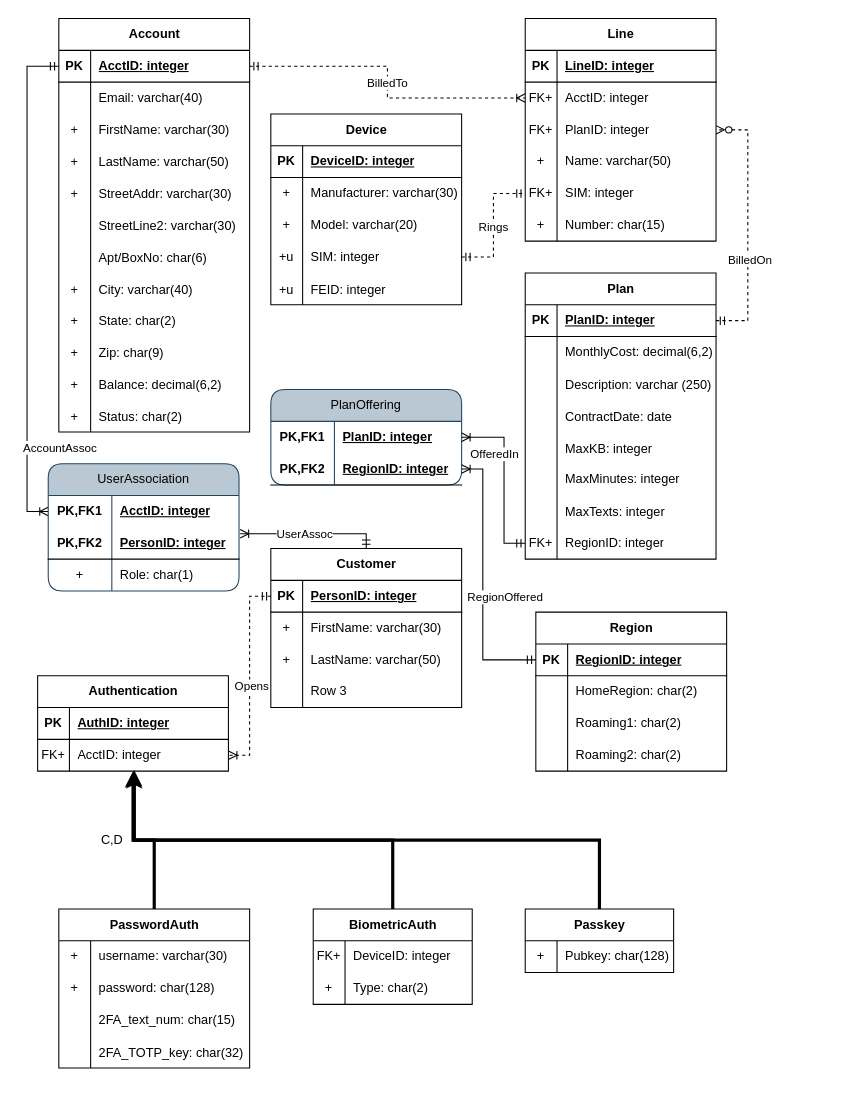
The draw.io diagram cellphone.drawio in phbrownacmorg/csc305fa25, before the edit. Source tidied: cells renumbered, new cells numbered last; positions are measured from the earlier drawing's top-left corner, leaving out a move shared by most shapes. Both pictures are drawn from the tidied source at 106%, with x=0, y=0 at pixel (26, 18).
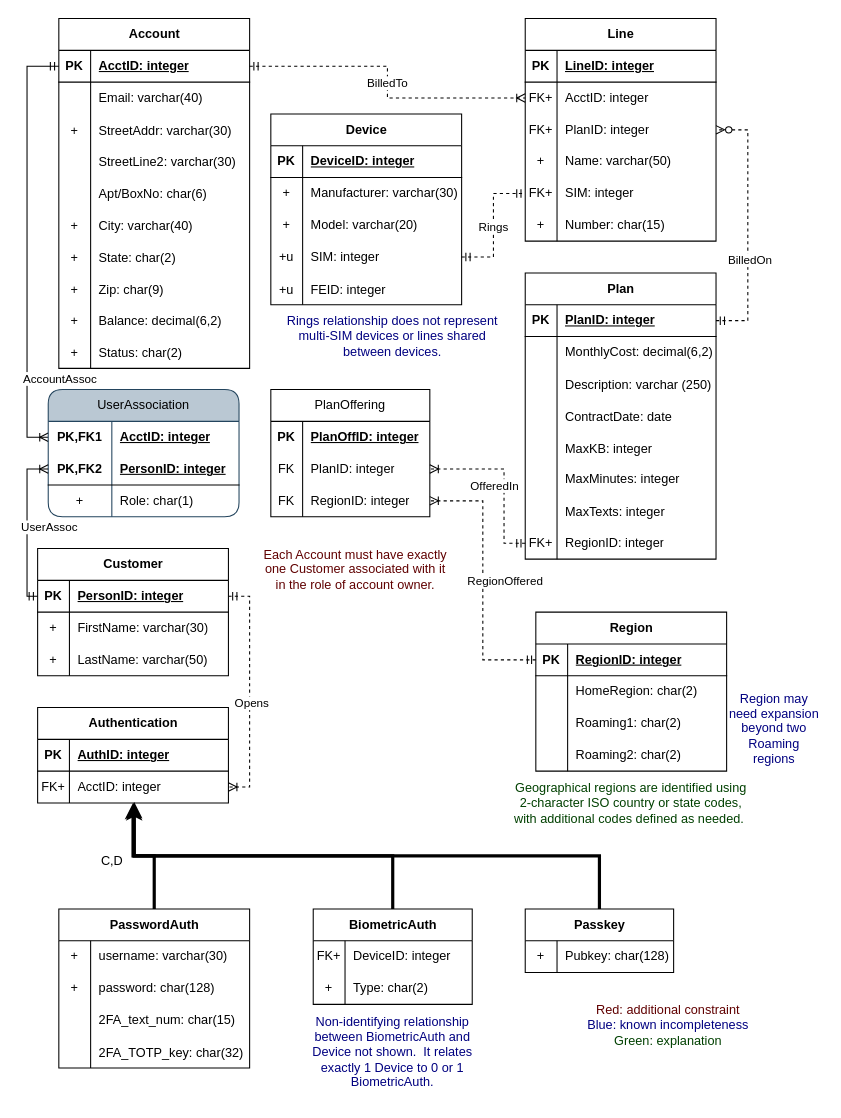
Above is the later version.

Commit message:
Weak entity to strong, text annotations

Unchanged cells that the change refers to:
```xml
<mxCell id="80" style="shape=tableRow;horizontal=0;startSize=0;swimlaneHead=0;swimlaneBody=0;fillColor=none;points=[[0,0.5],[1,0.5]];portConstraint=eastwest;top=0;left=0;right=0;bottom=0;" parent="58" vertex="1">
  <mxGeometry y="240" width="180" height="30" as="geometry" />
</mxCell>
<mxCell id="84" style="shape=tableRow;horizontal=0;startSize=0;swimlaneHead=0;swimlaneBody=0;fillColor=none;points=[[0,0.5],[1,0.5]];portConstraint=eastwest;top=0;left=0;right=0;bottom=1;" parent="83" vertex="1">
  <mxGeometry y="30" width="180" height="30" as="geometry" />
</mxCell>
<mxCell id="100" style="shape=tableRow;horizontal=0;startSize=0;swimlaneHead=0;swimlaneBody=0;fillColor=none;points=[[0,0.5],[1,0.5]];portConstraint=eastwest;top=0;left=0;right=0;bottom=0;" parent="96" vertex="1">
  <mxGeometry y="60" width="180" height="30" as="geometry" />
</mxCell>
<mxCell id="138" style="shape=tableRow;horizontal=0;startSize=0;swimlaneHead=0;swimlaneBody=0;fillColor=none;points=[[0,0.5],[1,0.5]];portConstraint=eastwest;top=0;left=0;right=0;bottom=1;" parent="137" vertex="1">
  <mxGeometry y="30" width="180" height="30" as="geometry" />
</mxCell>
<mxCell id="150" style="edgeStyle=elbowEdgeStyle;fontSize=12;html=1;endArrow=ERmandOne;startArrow=ERoneToMany;rounded=0;entryX=0;entryY=0.5;entryDx=0;entryDy=0;exitX=0;exitY=0.5;exitDx=0;exitDy=0;startFill=0;endFill=0;" parent="1" edge="1" source="153" target="3">
  <mxGeometry relative="1" as="geometry">
    <Array as="points">
      <mxPoint y="250" />
    </Array>
  </mxGeometry>
</mxCell>
<mxCell id="156" style="shape=tableRow;horizontal=0;startSize=0;swimlaneHead=0;swimlaneBody=0;fillColor=none;points=[[0,0.5],[1,0.5]];portConstraint=eastwest;top=0;left=0;right=0;bottom=1;html=1;" parent="152" vertex="1">
  <mxGeometry y="60" width="180" height="30" as="geometry" />
</mxCell>
```

What changed in the source:
```diff
@@
     <mxCell id="2" value="Account" style="shape=table;startSize=30;childLayout=tableLayout;rowLines=0;fontStyle=1;align=center;html=1;" parent="1" vertex="1">
-      <mxGeometry x="30" width="180" height="390" as="geometry" />
+      <mxGeometry x="30" width="180" height="330" as="geometry" />
     </mxCell>
@@
-    <mxCell id="9" style="shape=tableRow;horizontal=0;startSize=0;swimlaneHead=0;swimlaneBody=0;fillColor=none;top=0;left=0;right=0;bottom=0;" parent="2" vertex="1">
-      <mxGeometry y="90" width="180" height="30" as="geometry" />
-    </mxCell>
-    <mxCell id="10" value="+" style="shape=partialRectangle;fillColor=none;top=0;left=0;bottom=0;right=0;overflow=hidden;whiteSpace=wrap;html=1;" parent="9" vertex="1">
-      <mxGeometry width="30" height="30" as="geometry" />
-    </mxCell>
-    <mxCell id="11" value="FirstName: varchar(30)" style="shape=partialRectangle;fillColor=none;top=0;left=0;bottom=0;right=0;align=left;spacingLeft=6;overflow=hidden;whiteSpace=wrap;html=1;" parent="9" vertex="1">
-      <mxGeometry x="30" width="150" height="30" as="geometry" />
-    </mxCell>
-    <mxCell id="12" style="shape=tableRow;horizontal=0;startSize=0;swimlaneHead=0;swimlaneBody=0;fillColor=none;top=0;left=0;right=0;bottom=0;" parent="2" vertex="1">
-      <mxGeometry y="120" width="180" height="30" as="geometry" />
-    </mxCell>
-    <mxCell id="13" value="+" style="shape=partialRectangle;fillColor=none;top=0;left=0;bottom=0;right=0;overflow=hidden;" parent="12" vertex="1">
-      <mxGeometry width="30" height="30" as="geometry" />
-    </mxCell>
-    <mxCell id="14" value="LastName: varchar(50)" style="shape=partialRectangle;fillColor=none;top=0;left=0;bottom=0;right=0;align=left;spacingLeft=6;overflow=hidden;" parent="12" vertex="1">
-      <mxGeometry x="30" width="150" height="30" as="geometry" />
-    </mxCell>
     <mxCell id="15" style="shape=tableRow;horizontal=0;startSize=0;swimlaneHead=0;swimlaneBody=0;fillColor=none;top=0;left=0;right=0;bottom=0;" parent="2" vertex="1">
-      <mxGeometry y="150" width="180" height="30" as="geometry" />
+      <mxGeometry y="90" width="180" height="30" as="geometry" />
     </mxCell>
@@
     <mxCell id="18" style="shape=tableRow;horizontal=0;startSize=0;swimlaneHead=0;swimlaneBody=0;fillColor=none;top=0;left=0;right=0;bottom=0;" parent="2" vertex="1">
-      <mxGeometry y="180" width="180" height="30" as="geometry" />
+      <mxGeometry y="120" width="180" height="30" as="geometry" />
     </mxCell>
@@
     <mxCell id="21" style="shape=tableRow;horizontal=0;startSize=0;swimlaneHead=0;swimlaneBody=0;fillColor=none;top=0;left=0;right=0;bottom=0;" parent="2" vertex="1">
-      <mxGeometry y="210" width="180" height="30" as="geometry" />
+      <mxGeometry y="150" width="180" height="30" as="geometry" />
     </mxCell>
@@
     <mxCell id="24" style="shape=tableRow;horizontal=0;startSize=0;swimlaneHead=0;swimlaneBody=0;fillColor=none;top=0;left=0;right=0;bottom=0;" parent="2" vertex="1">
-      <mxGeometry y="240" width="180" height="30" as="geometry" />
+      <mxGeometry y="180" width="180" height="30" as="geometry" />
     </mxCell>
@@
     <mxCell id="27" style="shape=tableRow;horizontal=0;startSize=0;swimlaneHead=0;swimlaneBody=0;fillColor=none;top=0;left=0;right=0;bottom=0;" parent="2" vertex="1">
-      <mxGeometry y="270" width="180" height="30" as="geometry" />
+      <mxGeometry y="210" width="180" height="30" as="geometry" />
     </mxCell>
@@
     <mxCell id="30" style="shape=tableRow;horizontal=0;startSize=0;swimlaneHead=0;swimlaneBody=0;fillColor=none;top=0;left=0;right=0;bottom=0;" parent="2" vertex="1">
-      <mxGeometry y="300" width="180" height="30" as="geometry" />
+      <mxGeometry y="240" width="180" height="30" as="geometry" />
     </mxCell>
@@
     <mxCell id="33" style="shape=tableRow;horizontal=0;startSize=0;swimlaneHead=0;swimlaneBody=0;fillColor=none;top=0;left=0;right=0;bottom=0;" parent="2" vertex="1">
-      <mxGeometry y="330" width="180" height="30" as="geometry" />
+      <mxGeometry y="270" width="180" height="30" as="geometry" />
     </mxCell>
@@
     <mxCell id="36" style="shape=tableRow;horizontal=0;startSize=0;swimlaneHead=0;swimlaneBody=0;fillColor=none;top=0;left=0;right=0;bottom=0;" parent="2" vertex="1">
-      <mxGeometry y="360" width="180" height="30" as="geometry" />
+      <mxGeometry y="300" width="180" height="30" as="geometry" />
     </mxCell>
@@
     <mxCell id="96" value="Authentication" style="shape=table;startSize=30;childLayout=tableLayout;rowLines=0;fontStyle=1;align=center;html=1;" parent="1" vertex="1">
-      <mxGeometry x="10" y="620" width="180" height="90" as="geometry" />
+      <mxGeometry x="10" y="650" width="180" height="90" as="geometry" />
     </mxCell>
@@
     <mxCell id="134" value="C,D" style="text;html=1;align=center;verticalAlign=middle;strokeColor=none;fillColor=none;" parent="1" vertex="1">
-      <mxGeometry x="60" y="760" width="40" height="30" as="geometry" />
+      <mxGeometry x="60" y="780" width="40" height="30" as="geometry" />
     </mxCell>
-    <mxCell id="135" style="edgeStyle=elbowEdgeStyle;fontSize=12;html=1;endArrow=ERoneToMany;startArrow=ERmandOne;rounded=0;exitX=0;exitY=0.5;exitDx=0;exitDy=0;entryX=1;entryY=0.5;entryDx=0;entryDy=0;dashed=1;" parent="1" edge="1" source="138" target="100">
+    <mxCell id="135" style="edgeStyle=elbowEdgeStyle;fontSize=12;html=1;endArrow=ERoneToMany;startArrow=ERmandOne;rounded=0;exitX=1;exitY=0.5;exitDx=0;exitDy=0;entryX=1;entryY=0.5;entryDx=0;entryDy=0;dashed=1;" parent="1" edge="1" source="138" target="100">
       <mxGeometry relative="1" as="geometry">
         <Array as="points">
           <mxPoint x="210" y="640" />
         </Array>
       </mxGeometry>
     </mxCell>
@@
     <mxCell id="137" value="Customer" style="shape=table;startSize=30;childLayout=tableLayout;rowLines=0;fontStyle=1;align=center;html=1;" parent="1" vertex="1">
-      <mxGeometry x="230" y="500" width="180" height="150" as="geometry" />
+      <mxGeometry x="10" y="500" width="180" height="120" as="geometry" />
     </mxCell>
@@
-    <mxCell id="147" style="shape=tableRow;horizontal=0;startSize=0;swimlaneHead=0;swimlaneBody=0;fillColor=none;top=0;left=0;right=0;bottom=0;" parent="137" vertex="1">
-      <mxGeometry y="120" width="180" height="30" as="geometry" />
-    </mxCell>
-    <mxCell id="148" style="shape=partialRectangle;fillColor=none;top=0;left=0;bottom=0;right=0;overflow=hidden;whiteSpace=wrap;html=1;" parent="147" vertex="1">
-      <mxGeometry width="30" height="30" as="geometry" />
-    </mxCell>
-    <mxCell id="149" value="Row 3" style="shape=partialRectangle;fillColor=none;top=0;left=0;bottom=0;right=0;align=left;spacingLeft=6;overflow=hidden;whiteSpace=wrap;html=1;" parent="147" vertex="1">
-      <mxGeometry x="30" width="150" height="30" as="geometry" />
-    </mxCell>
@@
     <mxCell id="151" value="AccountAssoc" style="edgeLabel;html=1;align=center;verticalAlign=middle;" parent="150" vertex="1">
       <mxGeometry x="-0.66" relative="1" as="geometry">
-        <mxPoint x="30" y="-1" as="offset" />
+        <mxPoint x="30" y="-8" as="offset" />
       </mxGeometry>
     </mxCell>
     <mxCell id="152" value="UserAssociation" style="shape=table;startSize=30;childLayout=tableLayout;rowLines=0;fontStyle=0;align=center;html=1;whiteSpace=wrap;rounded=1;fillColor=#bac8d3;strokeColor=#23445d;" parent="1" vertex="1">
-      <mxGeometry x="20" y="420" width="180" height="120" as="geometry" />
+      <mxGeometry x="20" y="350" width="180" height="120" as="geometry" />
     </mxCell>
@@
-    <mxCell id="162" style="edgeStyle=orthogonalEdgeStyle;fontSize=12;html=1;endArrow=ERoneToMany;startArrow=ERmandOne;rounded=0;entryX=1.006;entryY=0.2;entryDx=0;entryDy=0;entryPerimeter=0;exitX=0.5;exitY=0;exitDx=0;exitDy=0;" parent="1" edge="1" source="137" target="156">
+    <mxCell id="162" style="edgeStyle=orthogonalEdgeStyle;fontSize=12;html=1;endArrow=ERoneToMany;startArrow=ERmandOne;rounded=0;entryX=0;entryY=0.5;entryDx=0;entryDy=0;exitX=0;exitY=0.5;exitDx=0;exitDy=0;" parent="1" edge="1" source="138" target="156">
       <mxGeometry relative="1" as="geometry" />
     </mxCell>
     <mxCell id="163" value="UserAssoc" style="edgeLabel;html=1;align=center;verticalAlign=middle;" parent="162" vertex="1">
-      <mxGeometry x="0.1" relative="1" as="geometry" />
+      <mxGeometry x="0.1" relative="1" as="geometry">
+        <mxPoint x="20" y="7" as="offset" />
+      </mxGeometry>
     </mxCell>
-    <mxCell id="164" value="PlanOffering" style="shape=table;startSize=30;childLayout=tableLayout;rowLines=0;fontStyle=0;align=center;html=1;whiteSpace=wrap;fillColor=#bac8d3;strokeColor=#23445d;rounded=1;" parent="1" vertex="1">
-      <mxGeometry x="230" y="350" width="180" height="90" as="geometry" />
+    <mxCell id="164" value="PlanOffering" style="shape=table;startSize=30;childLayout=tableLayout;rowLines=0;fontStyle=0;align=center;html=1;whiteSpace=wrap;rounded=0;" parent="1" vertex="1">
+      <mxGeometry x="230" y="350" width="150" height="120" as="geometry" />
     </mxCell>
-    <mxCell id="165" style="shape=tableRow;horizontal=0;startSize=0;swimlaneHead=0;swimlaneBody=0;fillColor=none;points=[[0,0.5],[1,0.5]];portConstraint=eastwest;top=0;left=0;right=0;bottom=0;html=1;" parent="164" vertex="1">
-      <mxGeometry y="30" width="180" height="30" as="geometry" />
-    </mxCell>
-    <mxCell id="166" value="PK,FK1" style="shape=partialRectangle;fillColor=none;top=0;left=0;bottom=0;right=0;fontStyle=1;overflow=hidden;html=1;whiteSpace=wrap;" parent="165" vertex="1">
-      <mxGeometry width="60" height="30" as="geometry" />
-    </mxCell>
+    <mxCell id="193" style="shape=tableRow;horizontal=0;startSize=0;swimlaneHead=0;swimlaneBody=0;fillColor=none;top=0;left=0;right=0;bottom=0;perimeterSpacing=0;" parent="164" vertex="1">
+      <mxGeometry y="30" width="150" height="30" as="geometry" />
+    </mxCell>
+    <mxCell id="194" value="&lt;b&gt;PK&lt;/b&gt;" style="shape=partialRectangle;fillColor=none;top=0;left=0;bottom=0;right=0;fontStyle=0;overflow=hidden;whiteSpace=wrap;html=1;" parent="193" vertex="1">
+      <mxGeometry width="30" height="30" as="geometry" />
+    </mxCell>
+    <mxCell id="195" value="&lt;b&gt;&lt;u&gt;PlanOffID: integer&lt;/u&gt;&lt;/b&gt;" style="shape=partialRectangle;fillColor=none;top=0;left=0;bottom=0;right=0;align=left;spacingLeft=6;fontStyle=0;overflow=hidden;whiteSpace=wrap;html=1;" parent="193" vertex="1">
+      <mxGeometry x="30" width="120" height="30" as="geometry" />
+    </mxCell>
+    <mxCell id="196" style="shape=tableRow;horizontal=0;startSize=0;swimlaneHead=0;swimlaneBody=0;fillColor=none;points=[[0,0.5],[1,0.5]];portConstraint=eastwest;top=0;left=0;right=0;bottom=0;" parent="164" vertex="1">
+      <mxGeometry y="60" width="150" height="30" as="geometry" />
+    </mxCell>
+    <mxCell id="197" value="FK" style="shape=partialRectangle;fillColor=none;top=0;left=0;bottom=0;right=0;fontStyle=0;overflow=hidden;whiteSpace=wrap;html=1;" parent="196" vertex="1">
+      <mxGeometry width="30" height="30" as="geometry" />
+    </mxCell>
-    <mxCell id="167" value="PlanID: integer" style="shape=partialRectangle;fillColor=none;top=0;left=0;bottom=0;right=0;align=left;spacingLeft=6;fontStyle=5;overflow=hidden;html=1;whiteSpace=wrap;" parent="165" vertex="1">
-      <mxGeometry x="60" width="120" height="30" as="geometry" />
+    <mxCell id="167" value="PlanID: integer" style="shape=partialRectangle;fillColor=none;top=0;left=0;bottom=0;right=0;align=left;spacingLeft=6;fontStyle=0;overflow=hidden;whiteSpace=wrap;html=1;" parent="196" vertex="1">
+      <mxGeometry x="30" width="120" height="30" as="geometry" />
     </mxCell>
-    <mxCell id="168" style="shape=tableRow;horizontal=0;startSize=0;swimlaneHead=0;swimlaneBody=0;fillColor=none;points=[[0,0.5],[1,0.5]];portConstraint=eastwest;top=0;left=0;right=0;bottom=1;html=1;" parent="164" vertex="1">
-      <mxGeometry y="60" width="180" height="30" as="geometry" />
-    </mxCell>
-    <mxCell id="169" value="PK,FK2" style="shape=partialRectangle;fillColor=none;top=0;left=0;bottom=0;right=0;fontStyle=1;overflow=hidden;html=1;whiteSpace=wrap;" parent="168" vertex="1">
-      <mxGeometry width="60" height="30" as="geometry" />
-    </mxCell>
+    <mxCell id="198" style="shape=tableRow;horizontal=0;startSize=0;swimlaneHead=0;swimlaneBody=0;fillColor=none;points=[[0,0.5],[1,0.5]];portConstraint=eastwest;top=0;left=0;right=0;bottom=0;" parent="164" vertex="1">
+      <mxGeometry y="90" width="150" height="30" as="geometry" />
+    </mxCell>
+    <mxCell id="199" value="FK" style="shape=partialRectangle;fillColor=none;top=0;left=0;bottom=0;right=0;fontStyle=0;overflow=hidden;whiteSpace=wrap;html=1;" parent="198" vertex="1">
+      <mxGeometry width="30" height="30" as="geometry" />
+    </mxCell>
-    <mxCell id="170" value="RegionID: integer" style="shape=partialRectangle;fillColor=none;top=0;left=0;bottom=0;right=0;align=left;spacingLeft=6;fontStyle=5;overflow=hidden;html=1;whiteSpace=wrap;" parent="168" vertex="1">
-      <mxGeometry x="60" width="120" height="30" as="geometry" />
+    <mxCell id="170" value="RegionID: integer" style="shape=partialRectangle;fillColor=none;top=0;left=0;bottom=0;right=0;align=left;spacingLeft=6;fontStyle=0;overflow=hidden;whiteSpace=wrap;html=1;" parent="198" vertex="1">
+      <mxGeometry x="30" width="120" height="30" as="geometry" />
     </mxCell>
-    <mxCell id="171" style="edgeStyle=elbowEdgeStyle;fontSize=12;html=1;endArrow=ERoneToMany;startArrow=ERmandOne;rounded=0;exitX=0;exitY=0.5;exitDx=0;exitDy=0;entryX=1;entryY=0.5;entryDx=0;entryDy=0;" parent="1" edge="1" source="80" target="165">
+    <mxCell id="171" style="edgeStyle=elbowEdgeStyle;fontSize=12;html=1;endArrow=ERoneToMany;startArrow=ERmandOne;rounded=0;exitX=0;exitY=0.5;exitDx=0;exitDy=0;entryX=1;entryY=0.5;entryDx=0;entryDy=0;dashed=1;" parent="1" edge="1" source="80" target="196">
       <mxGeometry relative="1" as="geometry">
         <Array as="points">
           <mxPoint x="450" y="420" />
         </Array>
       </mxGeometry>
     </mxCell>
     <mxCell id="172" value="OfferedIn" style="edgeLabel;html=1;align=center;verticalAlign=middle;" parent="171" vertex="1">
       <mxGeometry x="0.49" y="-1" relative="1" as="geometry">
-        <mxPoint x="-11" y="14" as="offset" />
+        <mxPoint x="19" y="16" as="offset" />
       </mxGeometry>
     </mxCell>
-    <mxCell id="173" style="edgeStyle=elbowEdgeStyle;fontSize=12;html=1;endArrow=ERoneToMany;startArrow=ERmandOne;rounded=0;exitX=0;exitY=0.5;exitDx=0;exitDy=0;entryX=1;entryY=0.5;entryDx=0;entryDy=0;" parent="1" edge="1" source="84" target="168">
+    <mxCell id="173" style="edgeStyle=elbowEdgeStyle;fontSize=12;html=1;endArrow=ERoneToMany;startArrow=ERmandOne;rounded=0;exitX=0;exitY=0.5;exitDx=0;exitDy=0;entryX=1;entryY=0.5;entryDx=0;entryDy=0;dashed=1;" parent="1" edge="1" source="84" target="198">
       <mxGeometry relative="1" as="geometry">
         <Array as="points">
           <mxPoint x="430" y="490" />
         </Array>
       </mxGeometry>
     </mxCell>
     <mxCell id="174" value="RegionOffered" style="edgeLabel;html=1;align=center;verticalAlign=middle;" parent="173" vertex="1">
       <mxGeometry x="-0.33" relative="1" as="geometry">
-        <mxPoint x="20" y="-26" as="offset" />
+        <mxPoint x="20" y="-41" as="offset" />
       </mxGeometry>
     </mxCell>
@@
+    <mxCell id="200" value="&lt;font style=&quot;color: light-dark(rgb(0, 0, 128), rgb(237, 237, 237));&quot;&gt;Rings relationship does not represent multi-SIM devices or lines shared between devices.&lt;/font&gt;" style="text;html=1;align=center;verticalAlign=middle;whiteSpace=wrap;rounded=0;" parent="1" vertex="1">
+      <mxGeometry x="235" y="280" width="220" height="40" as="geometry" />
+    </mxCell>
+    <mxCell id="201" value="&lt;font style=&quot;color: light-dark(rgb(0, 0, 128), rgb(237, 237, 237));&quot;&gt;Region may need expansion beyond two Roaming regions&lt;/font&gt;" style="text;html=1;align=center;verticalAlign=middle;whiteSpace=wrap;rounded=0;" parent="1" vertex="1">
+      <mxGeometry x="660" y="630" width="90" height="80" as="geometry" />
+    </mxCell>
+    <mxCell id="202" value="&lt;font style=&quot;color: light-dark(rgb(0, 64, 0), rgb(237, 237, 237));&quot;&gt;Geographical regions are identified using 2-character ISO country or state codes, with additional codes defined as needed.&amp;nbsp;&lt;/font&gt;" style="text;html=1;align=center;verticalAlign=middle;whiteSpace=wrap;rounded=0;" parent="1" vertex="1">
+      <mxGeometry x="455" y="710" width="230" height="60" as="geometry" />
+    </mxCell>
+    <mxCell id="203" value="&lt;font style=&quot;color: rgb(0, 0, 128);&quot;&gt;Non-identifying relationship between BiometricAuth and Device not shown.&amp;nbsp; It relates exactly 1 Device to 0 or 1 BiometricAuth.&lt;/font&gt;" style="text;html=1;align=center;verticalAlign=middle;whiteSpace=wrap;rounded=0;" parent="1" vertex="1">
+      <mxGeometry x="260" y="930" width="170" height="90" as="geometry" />
+    </mxCell>
+    <mxCell id="204" value="&lt;font style=&quot;color: light-dark(rgb(96, 0, 0), rgb(237, 237, 237));&quot;&gt;Each Account must have exactly one Customer associated with it in the role of account owner.&lt;/font&gt;" style="text;html=1;align=center;verticalAlign=middle;whiteSpace=wrap;rounded=0;" parent="1" vertex="1">
+      <mxGeometry x="220" y="490" width="180" height="60" as="geometry" />
+    </mxCell>
+    <mxCell id="205" value="&lt;font style=&quot;color: light-dark(rgb(96, 0, 0), rgb(237, 237, 237));&quot;&gt;Red: additional constraint&lt;/font&gt;&lt;div&gt;&lt;font style=&quot;color: light-dark(rgb(0, 0, 128), rgb(237, 237, 237));&quot;&gt;Blue: known incompleteness&lt;/font&gt;&lt;/div&gt;&lt;div&gt;&lt;font style=&quot;color: light-dark(rgb(0, 64, 0), rgb(237, 237, 237));&quot;&gt;Green: explanation&lt;/font&gt;&lt;/div&gt;" style="text;html=1;align=center;verticalAlign=middle;whiteSpace=wrap;rounded=0;" parent="1" vertex="1">
+      <mxGeometry x="510" y="920" width="190" height="60" as="geometry" />
+    </mxCell>
```
